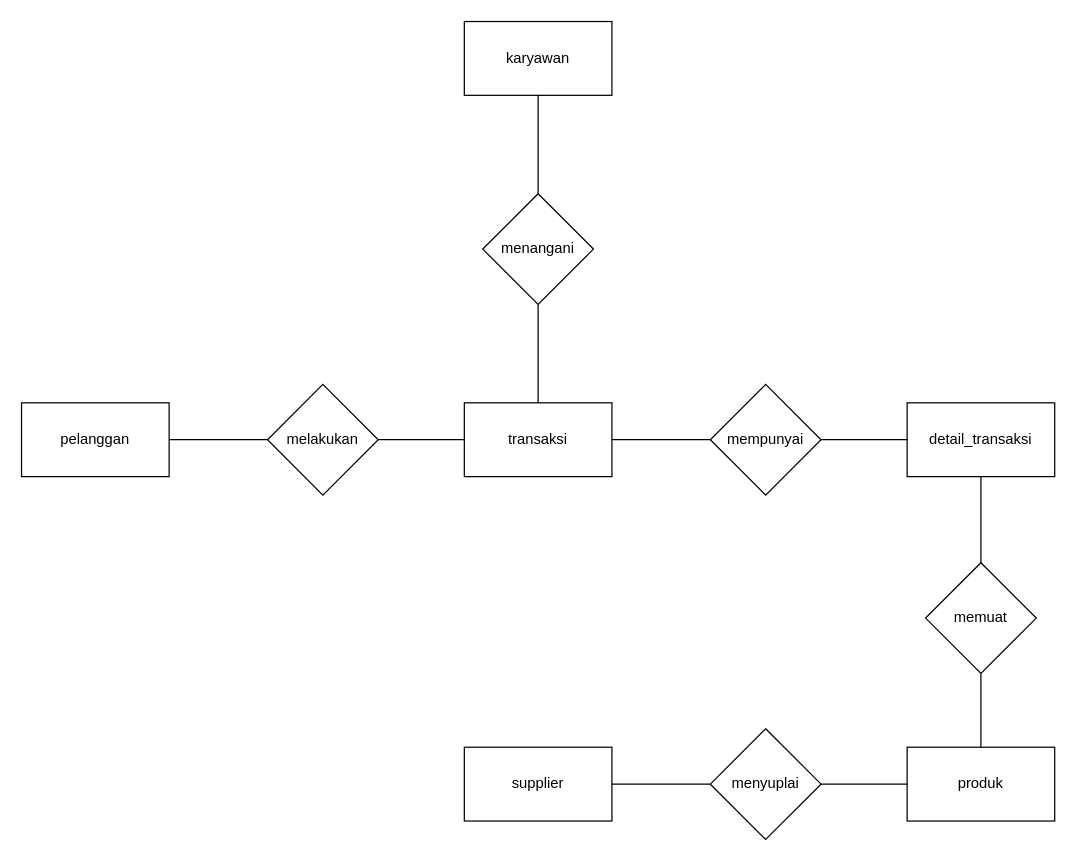
This is ERD_Supermarket.drawio from elikawicaksana/BuildIT_BasisData, a draw.io file, before an edit. Source tidied: cells renumbered, new cells numbered last; positions are measured from the earlier drawing's top-left corner, leaving out a move shared by most shapes. Both pictures are drawn from the tidied source at 123%, with x=0, y=0 at pixel (21, 21).
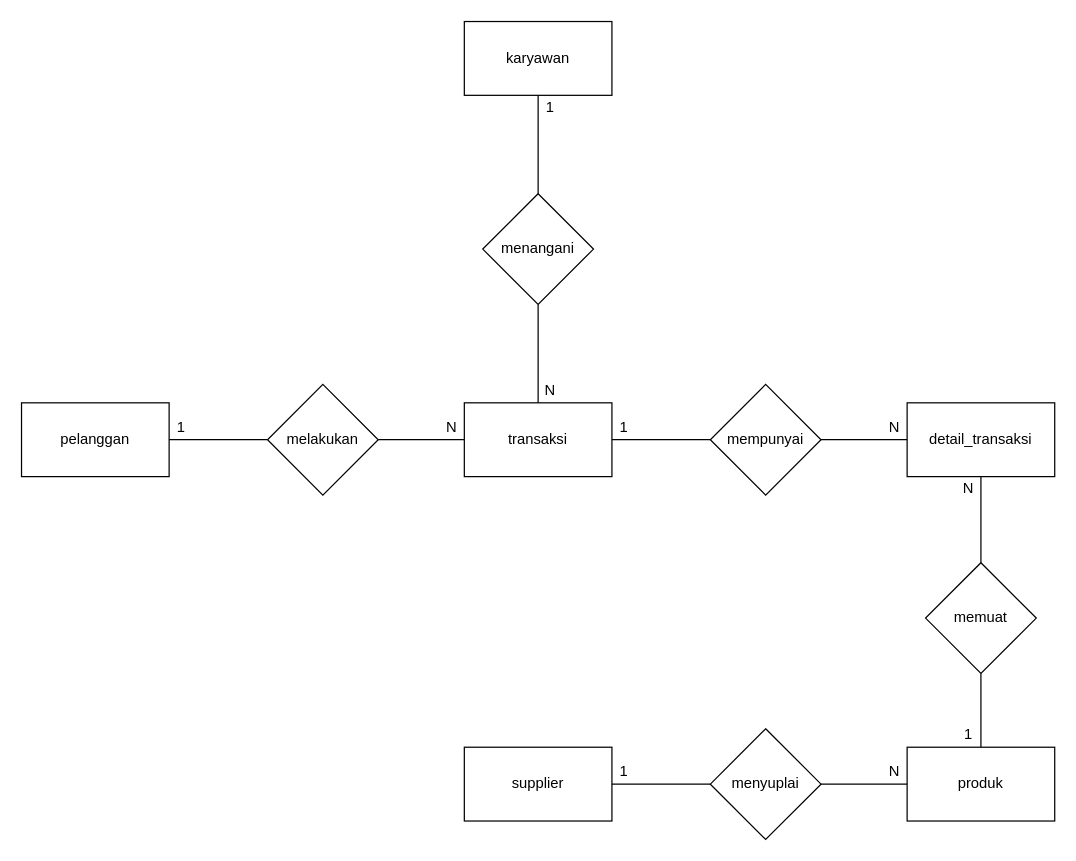
The same page after the edit.

Diff of the diagram source:
```diff
@@
+    <mxCell id="23" value="1" style="text;html=1;align=center;verticalAlign=middle;whiteSpace=wrap;rounded=0;" parent="1" vertex="1">
+      <mxGeometry x="120" y="320" width="20" height="20" as="geometry" />
+    </mxCell>
+    <mxCell id="24" value="N" style="text;html=1;align=center;verticalAlign=middle;whiteSpace=wrap;rounded=0;" parent="1" vertex="1">
+      <mxGeometry x="340" y="320" width="20" height="20" as="geometry" />
+    </mxCell>
+    <mxCell id="25" value="1" style="text;html=1;align=center;verticalAlign=middle;whiteSpace=wrap;rounded=0;" parent="1" vertex="1">
+      <mxGeometry x="480" y="320" width="20" height="20" as="geometry" />
+    </mxCell>
+    <mxCell id="26" value="N" style="text;html=1;align=center;verticalAlign=middle;whiteSpace=wrap;rounded=0;" parent="1" vertex="1">
+      <mxGeometry x="700" y="320" width="20" height="20" as="geometry" />
+    </mxCell>
+    <mxCell id="27" value="N" style="text;html=1;align=center;verticalAlign=middle;whiteSpace=wrap;rounded=0;" parent="1" vertex="1">
+      <mxGeometry x="420" y="290" width="20" height="20" as="geometry" />
+    </mxCell>
+    <mxCell id="28" value="1" style="text;html=1;align=center;verticalAlign=middle;whiteSpace=wrap;rounded=0;" parent="1" vertex="1">
+      <mxGeometry x="420" y="60" width="20" height="20" as="geometry" />
+    </mxCell>
+    <mxCell id="29" value="N" style="text;html=1;align=center;verticalAlign=middle;whiteSpace=wrap;rounded=0;" parent="1" vertex="1">
+      <mxGeometry x="760" y="370" width="20" height="20" as="geometry" />
+    </mxCell>
+    <mxCell id="30" value="1" style="text;html=1;align=center;verticalAlign=middle;whiteSpace=wrap;rounded=0;" parent="1" vertex="1">
+      <mxGeometry x="760" y="570" width="20" height="20" as="geometry" />
+    </mxCell>
+    <mxCell id="31" value="N" style="text;html=1;align=center;verticalAlign=middle;whiteSpace=wrap;rounded=0;" parent="1" vertex="1">
+      <mxGeometry x="700" y="600" width="20" height="20" as="geometry" />
+    </mxCell>
+    <mxCell id="32" value="1" style="text;html=1;align=center;verticalAlign=middle;whiteSpace=wrap;rounded=0;" parent="1" vertex="1">
+      <mxGeometry x="480" y="600" width="20" height="20" as="geometry" />
+    </mxCell>
```
